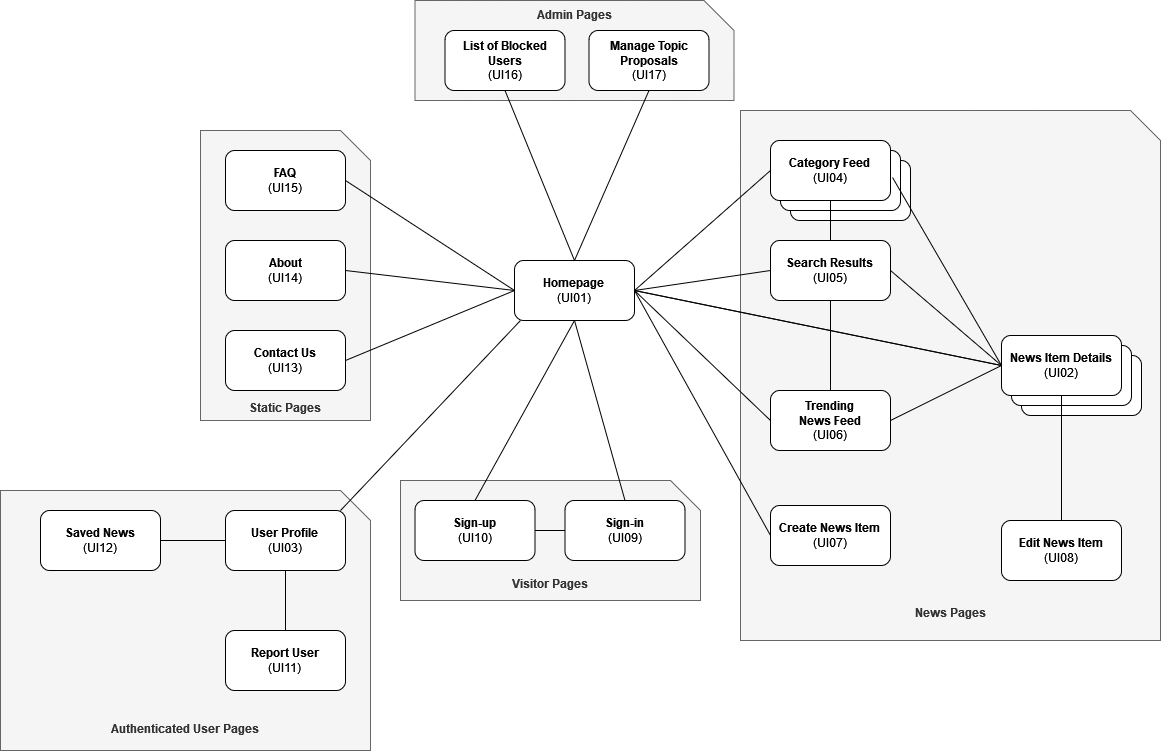
Before: docs/pictures/sitemap.png, a diagram exported from draw.io (RuiSoares333/FEUP-LBAW). Source tidied: cells renumbered, new cells last; positions are measured from the earlier drawing's top-left corner, leaving out a move shared by most shapes. The source it was exported from:
```xml
<mxGraphModel>
  <root>
    <mxCell id="0" />
    <mxCell id="1" parent="0" />
    <mxCell id="2" value="&lt;br&gt;&lt;br&gt;&lt;br&gt;&lt;br&gt;&lt;br&gt;&lt;br&gt;&lt;br&gt;&lt;br&gt;&lt;br&gt;&lt;br&gt;&lt;br&gt;&lt;br&gt;&lt;br&gt;&lt;br&gt;&lt;br&gt;&lt;br&gt;&lt;br&gt;&lt;br&gt;&lt;br&gt;&lt;br&gt;&lt;br&gt;&lt;br&gt;&lt;br&gt;&lt;br&gt;&lt;br&gt;&lt;br&gt;&lt;br&gt;&lt;div&gt;&lt;br&gt;&lt;/div&gt;&lt;div&gt;&lt;br&gt;&lt;/div&gt;&lt;div&gt;&lt;br&gt;&lt;/div&gt;&lt;br&gt;&lt;br&gt;&lt;br&gt;&lt;b&gt;News Pages&lt;/b&gt;" style="shape=card;whiteSpace=wrap;html=1;flipH=1;fillColor=#f5f5f5;fontColor=#333333;strokeColor=#666666;" parent="1" vertex="1">
      <mxGeometry x="740" y="110" width="420" height="530" as="geometry" />
    </mxCell>
    <mxCell id="3" value="&lt;div&gt;&lt;b&gt;Admin Pages&lt;/b&gt;&lt;/div&gt;&lt;div&gt;&lt;br&gt;&lt;/div&gt;&lt;div&gt;&lt;br&gt;&lt;/div&gt;&lt;div&gt;&lt;br&gt;&lt;/div&gt;&lt;div&gt;&lt;br&gt;&lt;/div&gt;&lt;div&gt;&lt;br&gt;&lt;/div&gt;" style="shape=card;whiteSpace=wrap;html=1;flipH=1;fillColor=#f5f5f5;fontColor=#333333;strokeColor=#666666;" parent="1" vertex="1">
      <mxGeometry x="414.5" width="319" height="100" as="geometry" />
    </mxCell>
    <mxCell id="4" style="rounded=0;jettySize=auto;html=1;exitX=0.5;exitY=0;exitDx=0;exitDy=0;entryX=0.5;entryY=1;entryDx=0;entryDy=0;endArrow=none;endFill=0;" parent="1" edge="1" source="5" target="32">
      <mxGeometry relative="1" as="geometry" />
    </mxCell>
    <mxCell id="5" value="&lt;b&gt;Homepage&lt;/b&gt;&lt;br&gt;(UI01)" style="rounded=1;whiteSpace=wrap;html=1;" parent="1" vertex="1">
      <mxGeometry x="514" y="260" width="120" height="60" as="geometry" />
    </mxCell>
    <mxCell id="6" value="&lt;br&gt;&lt;br&gt;&lt;br&gt;&lt;br&gt;&lt;br&gt;&lt;br&gt;&lt;b&gt;Visitor Pages&lt;/b&gt;" style="shape=card;whiteSpace=wrap;html=1;flipH=1;fillColor=#f5f5f5;fontColor=#333333;strokeColor=#666666;" parent="1" vertex="1">
      <mxGeometry x="400" y="480" width="300" height="120" as="geometry" />
    </mxCell>
    <mxCell id="7" value="&lt;b&gt;Sign-in&lt;/b&gt;&lt;br&gt;(UI09)" style="rounded=1;whiteSpace=wrap;html=1;" parent="1" vertex="1">
      <mxGeometry x="564.5" y="500" width="120" height="60" as="geometry" />
    </mxCell>
    <mxCell id="8" value="&lt;p style=&quot;line-height: 1.2;&quot;&gt;&lt;br&gt;&lt;/p&gt;&lt;p style=&quot;line-height: 1.2;&quot;&gt;&lt;br&gt;&lt;/p&gt;&lt;p style=&quot;line-height: 1.2;&quot;&gt;&lt;br&gt;&lt;br&gt;&lt;br&gt;&lt;br&gt;&lt;br&gt;&lt;br&gt;&lt;br&gt;&lt;br&gt;&lt;br&gt;&lt;br&gt;&lt;br&gt;&lt;b&gt;&lt;br&gt;&lt;/b&gt;&lt;/p&gt;&lt;p style=&quot;line-height: 1.2;&quot;&gt;&lt;b&gt;&lt;br&gt;&lt;/b&gt;&lt;/p&gt;&lt;p style=&quot;line-height: 1.2;&quot;&gt;&lt;b style=&quot;background-color: initial;&quot;&gt;Static Pages&lt;/b&gt;&lt;br&gt;&lt;/p&gt;" style="shape=card;whiteSpace=wrap;html=1;flipH=1;fillColor=#f5f5f5;fontColor=#333333;strokeColor=#666666;" parent="1" vertex="1">
      <mxGeometry x="200" y="130" width="170" height="290" as="geometry" />
    </mxCell>
    <mxCell id="9" style="edgeStyle=none;rounded=0;jettySize=auto;html=1;exitX=0;exitY=0.5;exitDx=0;exitDy=0;entryX=1;entryY=0.5;entryDx=0;entryDy=0;endArrow=none;endFill=0;" parent="1" edge="1" source="5" target="27">
      <mxGeometry relative="1" as="geometry" />
    </mxCell>
    <mxCell id="10" style="edgeStyle=none;rounded=0;jettySize=auto;html=1;exitX=0;exitY=0.5;exitDx=0;exitDy=0;entryX=1;entryY=0.5;entryDx=0;entryDy=0;endArrow=none;endFill=0;" parent="1" edge="1" source="5" target="23">
      <mxGeometry relative="1" as="geometry" />
    </mxCell>
    <mxCell id="11" style="edgeStyle=none;rounded=0;jettySize=auto;html=1;exitX=0;exitY=0.5;exitDx=0;exitDy=0;entryX=1;entryY=0.5;entryDx=0;entryDy=0;endArrow=none;endFill=0;sketch=0;comic=0;enumerate=0;" parent="1" edge="1" source="5" target="13">
      <mxGeometry relative="1" as="geometry" />
    </mxCell>
    <mxCell id="12" style="rounded=0;jettySize=auto;html=1;exitX=0.5;exitY=0;exitDx=0;exitDy=0;entryX=0.5;entryY=1;entryDx=0;entryDy=0;endArrow=none;endFill=0;" parent="1" edge="1" source="5" target="24">
      <mxGeometry relative="1" as="geometry" />
    </mxCell>
    <mxCell id="13" value="&lt;b&gt;FAQ&lt;/b&gt;&lt;br&gt;(UI15)" style="rounded=1;whiteSpace=wrap;html=1;" parent="1" vertex="1">
      <mxGeometry x="225" y="150" width="120" height="60" as="geometry" />
    </mxCell>
    <mxCell id="14" value="&lt;b&gt;Trending &lt;br&gt;News Feed&lt;/b&gt;&lt;br&gt;(UI06)" style="rounded=1;whiteSpace=wrap;html=1;" parent="1" vertex="1">
      <mxGeometry x="770" y="390" width="120" height="60" as="geometry" />
    </mxCell>
    <mxCell id="15" value="&lt;b&gt;Create News Item&lt;/b&gt;&lt;br&gt;(UI07)" style="rounded=1;whiteSpace=wrap;html=1;" parent="1" vertex="1">
      <mxGeometry x="770" y="505" width="120" height="60" as="geometry" />
    </mxCell>
    <mxCell id="16" style="endArrow=none;html=1;rounded=0;entryX=0;entryY=0.5;entryDx=0;entryDy=0;exitX=1;exitY=0.5;exitDx=0;exitDy=0;" parent="1" edge="1" source="5" target="31">
      <mxGeometry relative="1" as="geometry" />
    </mxCell>
    <mxCell id="17" style="endArrow=none;html=1;rounded=0;entryX=1;entryY=0.5;entryDx=0;entryDy=0;exitX=0;exitY=0.5;exitDx=0;exitDy=0;" parent="1" edge="1" source="14" target="5">
      <mxGeometry relative="1" as="geometry" />
    </mxCell>
    <mxCell id="18" value="&lt;div&gt;&lt;br&gt;&lt;/div&gt;&lt;div&gt;&lt;br&gt;&lt;/div&gt;&lt;div&gt;&lt;br&gt;&lt;/div&gt;&lt;div&gt;&lt;br&gt;&lt;/div&gt;&lt;div&gt;&lt;br&gt;&lt;/div&gt;&lt;div&gt;&lt;br&gt;&lt;/div&gt;&lt;div&gt;&lt;br&gt;&lt;/div&gt;&lt;div&gt;&lt;br&gt;&lt;/div&gt;&lt;div&gt;&lt;br&gt;&lt;/div&gt;&lt;div&gt;&lt;br&gt;&lt;/div&gt;&lt;div&gt;&lt;br&gt;&lt;/div&gt;&lt;div&gt;&lt;br&gt;&lt;/div&gt;&lt;div&gt;&lt;br&gt;&lt;/div&gt;&lt;div&gt;&lt;br&gt;&lt;/div&gt;&lt;div&gt;&lt;br&gt;&lt;/div&gt;&lt;div&gt;&lt;b&gt;Authenticated User Pages&lt;br&gt;&lt;/b&gt;&lt;/div&gt;" style="shape=card;whiteSpace=wrap;html=1;flipH=1;fillColor=#f5f5f5;fontColor=#333333;strokeColor=#666666;" parent="1" vertex="1">
      <mxGeometry y="490" width="370" height="260" as="geometry" />
    </mxCell>
    <mxCell id="19" style="endArrow=none;html=1;rounded=0;entryX=1;entryY=0.5;entryDx=0;entryDy=0;exitX=0;exitY=0.5;exitDx=0;exitDy=0;" parent="1" edge="1" source="22" target="5">
      <mxGeometry relative="1" as="geometry" />
    </mxCell>
    <mxCell id="20" style="rounded=1;whiteSpace=wrap;html=1;" parent="1" vertex="1">
      <mxGeometry x="790" y="160" width="120" height="60" as="geometry" />
    </mxCell>
    <mxCell id="21" style="rounded=1;whiteSpace=wrap;html=1;" parent="1" vertex="1">
      <mxGeometry x="780" y="150" width="120" height="60" as="geometry" />
    </mxCell>
    <mxCell id="22" value="&lt;b&gt;Category Feed&lt;br&gt;&lt;/b&gt;(UI04)" style="rounded=1;whiteSpace=wrap;html=1;" parent="1" vertex="1">
      <mxGeometry x="770" y="140" width="120" height="60" as="geometry" />
    </mxCell>
    <mxCell id="23" value="&lt;b&gt;Contact Us&lt;/b&gt;&lt;br&gt;(UI13)" style="rounded=1;whiteSpace=wrap;html=1;" parent="1" vertex="1">
      <mxGeometry x="225" y="330" width="120" height="60" as="geometry" />
    </mxCell>
    <mxCell id="24" value="&lt;b&gt;Manage Topic Proposals&lt;/b&gt;&lt;br&gt;&lt;div&gt;(UI17)&lt;/div&gt;" style="rounded=1;whiteSpace=wrap;html=1;" parent="1" vertex="1">
      <mxGeometry x="588.5" y="30" width="120" height="60" as="geometry" />
    </mxCell>
    <mxCell id="25" style="endArrow=none;html=1;rounded=0;exitX=1;exitY=0.5;exitDx=0;exitDy=0;entryX=0;entryY=0.5;entryDx=0;entryDy=0;comic=0;" parent="1" edge="1" source="5" target="31">
      <mxGeometry relative="1" as="geometry" />
    </mxCell>
    <mxCell id="26" style="endArrow=none;html=1;rounded=0;entryX=0;entryY=0.5;entryDx=0;entryDy=0;exitX=1;exitY=0.5;exitDx=0;exitDy=0;" parent="1" edge="1" source="5" target="15">
      <mxGeometry relative="1" as="geometry" />
    </mxCell>
    <mxCell id="27" value="&lt;div&gt;&lt;b&gt;About&lt;/b&gt;&lt;/div&gt;(UI14)" style="rounded=1;whiteSpace=wrap;html=1;" parent="1" vertex="1">
      <mxGeometry x="225" y="240" width="120" height="60" as="geometry" />
    </mxCell>
    <mxCell id="28" value="&lt;b&gt;User Profile&lt;/b&gt;&lt;br&gt;(UI03)" style="rounded=1;whiteSpace=wrap;html=1;" parent="1" vertex="1">
      <mxGeometry x="225" y="510" width="120" height="60" as="geometry" />
    </mxCell>
    <mxCell id="29" style="rounded=1;whiteSpace=wrap;html=1;" parent="1" vertex="1">
      <mxGeometry x="1021" y="355" width="120" height="60" as="geometry" />
    </mxCell>
    <mxCell id="30" style="rounded=1;whiteSpace=wrap;html=1;" parent="1" vertex="1">
      <mxGeometry x="1011" y="345" width="120" height="60" as="geometry" />
    </mxCell>
    <mxCell id="31" value="&lt;b&gt;News Item Details&lt;/b&gt;&lt;br&gt;(UI02)" style="rounded=1;whiteSpace=wrap;html=1;" parent="1" vertex="1">
      <mxGeometry x="1001" y="335" width="120" height="60" as="geometry" />
    </mxCell>
    <mxCell id="32" value="&lt;b&gt;List of Blocked Users&lt;/b&gt;&lt;br&gt;&lt;div&gt;(UI16)&lt;/div&gt;" style="rounded=1;whiteSpace=wrap;html=1;" parent="1" vertex="1">
      <mxGeometry x="444.5" y="30" width="120" height="60" as="geometry" />
    </mxCell>
    <mxCell id="33" value="&lt;b&gt;Search Results&lt;/b&gt;&lt;br&gt;(UI05)" style="rounded=1;whiteSpace=wrap;html=1;" parent="1" vertex="1">
      <mxGeometry x="770" y="240" width="120" height="60" as="geometry" />
    </mxCell>
    <mxCell id="34" style="endArrow=none;html=1;rounded=0;entryX=0;entryY=0.5;entryDx=0;entryDy=0;exitX=1.017;exitY=0.617;exitDx=0;exitDy=0;exitPerimeter=0;" parent="1" edge="1" source="22" target="31">
      <mxGeometry relative="1" as="geometry" />
    </mxCell>
    <mxCell id="35" style="endArrow=none;html=1;rounded=0;entryX=1;entryY=0.5;entryDx=0;entryDy=0;exitX=0;exitY=0.5;exitDx=0;exitDy=0;" parent="1" edge="1" source="31" target="14">
      <mxGeometry relative="1" as="geometry" />
    </mxCell>
    <mxCell id="36" style="endArrow=none;html=1;rounded=0;entryX=0.5;entryY=1;entryDx=0;entryDy=0;exitX=0.5;exitY=0;exitDx=0;exitDy=0;" parent="1" edge="1" source="14" target="33">
      <mxGeometry relative="1" as="geometry" />
    </mxCell>
    <mxCell id="37" style="endArrow=none;html=1;rounded=0;entryX=0.5;entryY=1;entryDx=0;entryDy=0;exitX=0.5;exitY=0;exitDx=0;exitDy=0;" parent="1" edge="1" source="33" target="22">
      <mxGeometry relative="1" as="geometry" />
    </mxCell>
    <mxCell id="38" style="endArrow=none;html=1;rounded=0;entryX=0;entryY=0.5;entryDx=0;entryDy=0;exitX=1;exitY=0.5;exitDx=0;exitDy=0;" parent="1" edge="1" source="5" target="33">
      <mxGeometry relative="1" as="geometry" />
    </mxCell>
    <mxCell id="39" style="endArrow=none;html=1;rounded=0;entryX=1;entryY=0.5;entryDx=0;entryDy=0;exitX=0;exitY=0.5;exitDx=0;exitDy=0;" parent="1" edge="1" source="31" target="33">
      <mxGeometry relative="1" as="geometry" />
    </mxCell>
    <mxCell id="40" value="&lt;b&gt;Edit News Item&lt;/b&gt;&lt;br&gt;(UI08)" style="rounded=1;whiteSpace=wrap;html=1;" parent="1" vertex="1">
      <mxGeometry x="1001" y="520" width="120" height="60" as="geometry" />
    </mxCell>
    <mxCell id="41" style="endArrow=none;html=1;rounded=0;entryX=0.5;entryY=1;entryDx=0;entryDy=0;exitX=0.5;exitY=0;exitDx=0;exitDy=0;" parent="1" edge="1" source="40" target="31">
      <mxGeometry relative="1" as="geometry" />
    </mxCell>
    <mxCell id="42" value="&lt;b&gt;Report User&lt;/b&gt;&lt;br&gt;(UI11)" style="rounded=1;whiteSpace=wrap;html=1;" parent="1" vertex="1">
      <mxGeometry x="225" y="630" width="120" height="60" as="geometry" />
    </mxCell>
    <mxCell id="43" style="edgeStyle=none;rounded=0;orthogonalLoop=1;jettySize=auto;html=1;endArrow=none;endFill=0;" parent="1" edge="1">
      <mxGeometry relative="1" as="geometry">
        <mxPoint x="520" y="320" as="sourcePoint" />
        <mxPoint x="340" y="510" as="targetPoint" />
      </mxGeometry>
    </mxCell>
    <mxCell id="44" style="rounded=0;jettySize=auto;html=1;exitX=0.5;exitY=1;exitDx=0;exitDy=0;entryX=0.5;entryY=0;entryDx=0;entryDy=0;endArrow=none;endFill=0;" parent="1" edge="1" source="5" target="47">
      <mxGeometry relative="1" as="geometry" />
    </mxCell>
    <mxCell id="45" style="edgeStyle=none;rounded=0;jettySize=auto;html=1;exitX=0.5;exitY=1;exitDx=0;exitDy=0;entryX=0.5;entryY=0;entryDx=0;entryDy=0;endArrow=none;endFill=0;" parent="1" edge="1" source="5" target="7">
      <mxGeometry relative="1" as="geometry" />
    </mxCell>
    <mxCell id="46" style="rounded=0;jettySize=auto;html=1;exitX=1;exitY=0.5;exitDx=0;exitDy=0;entryX=0;entryY=0.5;entryDx=0;entryDy=0;endArrow=none;endFill=0;" parent="1" edge="1" source="47" target="7">
      <mxGeometry relative="1" as="geometry" />
    </mxCell>
    <mxCell id="47" value="&lt;b&gt;Sign-up&lt;/b&gt;&lt;br&gt;(UI10)" style="rounded=1;whiteSpace=wrap;html=1;" parent="1" vertex="1">
      <mxGeometry x="414.5" y="500" width="120" height="60" as="geometry" />
    </mxCell>
    <mxCell id="48" style="edgeStyle=none;rounded=0;jettySize=auto;html=1;exitX=0.5;exitY=1;exitDx=0;exitDy=0;endArrow=none;endFill=0;" parent="1" edge="1" source="28">
      <mxGeometry relative="1" as="geometry">
        <mxPoint x="285" y="630" as="targetPoint" />
      </mxGeometry>
    </mxCell>
    <mxCell id="49" value="&lt;b&gt;Saved News&lt;/b&gt;&lt;br&gt;(UI12)" style="rounded=1;whiteSpace=wrap;html=1;" parent="1" vertex="1">
      <mxGeometry x="40" y="510" width="120" height="60" as="geometry" />
    </mxCell>
    <mxCell id="50" style="endArrow=none;html=1;rounded=0;exitX=1;exitY=0.5;exitDx=0;exitDy=0;entryX=0;entryY=0.5;entryDx=0;entryDy=0;" parent="1" edge="1" source="49" target="28">
      <mxGeometry relative="1" as="geometry" />
    </mxCell>
  </root>
</mxGraphModel>
```
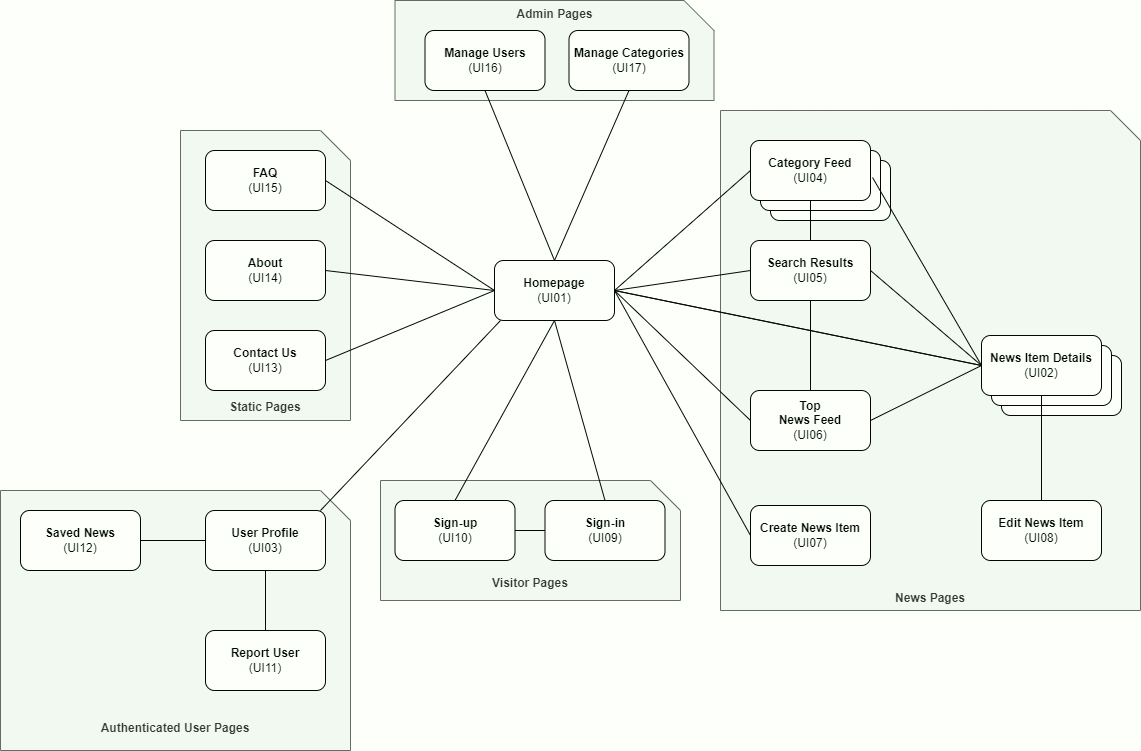
Later version of the same file.

Diff of the diagram source:
```diff
@@ -3,7 +3,7 @@
     <mxCell id="0" />
     <mxCell id="1" parent="0" />
     <mxCell id="2" value="&lt;br&gt;&lt;br&gt;&lt;br&gt;&lt;br&gt;&lt;br&gt;&lt;br&gt;&lt;br&gt;&lt;br&gt;&lt;br&gt;&lt;br&gt;&lt;br&gt;&lt;br&gt;&lt;br&gt;&lt;br&gt;&lt;br&gt;&lt;br&gt;&lt;br&gt;&lt;br&gt;&lt;br&gt;&lt;br&gt;&lt;br&gt;&lt;br&gt;&lt;br&gt;&lt;br&gt;&lt;br&gt;&lt;br&gt;&lt;br&gt;&lt;div&gt;&lt;br&gt;&lt;/div&gt;&lt;div&gt;&lt;br&gt;&lt;/div&gt;&lt;div&gt;&lt;br&gt;&lt;/div&gt;&lt;br&gt;&lt;br&gt;&lt;br&gt;&lt;b&gt;News Pages&lt;/b&gt;" style="shape=card;whiteSpace=wrap;html=1;flipH=1;fillColor=#f5f5f5;fontColor=#333333;strokeColor=#666666;" parent="1" vertex="1">
-      <mxGeometry x="740" y="110" width="420" height="530" as="geometry" />
+      <mxGeometry x="740" y="110" width="420" height="500" as="geometry" />
     </mxCell>
     <mxCell id="3" value="&lt;div&gt;&lt;b&gt;Admin Pages&lt;/b&gt;&lt;/div&gt;&lt;div&gt;&lt;br&gt;&lt;/div&gt;&lt;div&gt;&lt;br&gt;&lt;/div&gt;&lt;div&gt;&lt;br&gt;&lt;/div&gt;&lt;div&gt;&lt;br&gt;&lt;/div&gt;&lt;div&gt;&lt;br&gt;&lt;/div&gt;" style="shape=card;whiteSpace=wrap;html=1;flipH=1;fillColor=#f5f5f5;fontColor=#333333;strokeColor=#666666;" parent="1" vertex="1">
       <mxGeometry x="414.5" width="319" height="100" as="geometry" />
@@ -38,7 +38,7 @@
     <mxCell id="13" value="&lt;b&gt;FAQ&lt;/b&gt;&lt;br&gt;(UI15)" style="rounded=1;whiteSpace=wrap;html=1;" parent="1" vertex="1">
       <mxGeometry x="225" y="150" width="120" height="60" as="geometry" />
     </mxCell>
-    <mxCell id="14" value="&lt;b&gt;Trending &lt;br&gt;News Feed&lt;/b&gt;&lt;br&gt;(UI06)" style="rounded=1;whiteSpace=wrap;html=1;" parent="1" vertex="1">
+    <mxCell id="14" value="&lt;b&gt;Top&lt;br&gt;News Feed&lt;/b&gt;&lt;br&gt;(UI06)" style="rounded=1;whiteSpace=wrap;html=1;" parent="1" vertex="1">
       <mxGeometry x="770" y="390" width="120" height="60" as="geometry" />
     </mxCell>
     <mxCell id="15" value="&lt;b&gt;Create News Item&lt;/b&gt;&lt;br&gt;(UI07)" style="rounded=1;whiteSpace=wrap;html=1;" parent="1" vertex="1">
@@ -51,7 +51,7 @@
       <mxGeometry relative="1" as="geometry" />
     </mxCell>
     <mxCell id="18" value="&lt;div&gt;&lt;br&gt;&lt;/div&gt;&lt;div&gt;&lt;br&gt;&lt;/div&gt;&lt;div&gt;&lt;br&gt;&lt;/div&gt;&lt;div&gt;&lt;br&gt;&lt;/div&gt;&lt;div&gt;&lt;br&gt;&lt;/div&gt;&lt;div&gt;&lt;br&gt;&lt;/div&gt;&lt;div&gt;&lt;br&gt;&lt;/div&gt;&lt;div&gt;&lt;br&gt;&lt;/div&gt;&lt;div&gt;&lt;br&gt;&lt;/div&gt;&lt;div&gt;&lt;br&gt;&lt;/div&gt;&lt;div&gt;&lt;br&gt;&lt;/div&gt;&lt;div&gt;&lt;br&gt;&lt;/div&gt;&lt;div&gt;&lt;br&gt;&lt;/div&gt;&lt;div&gt;&lt;br&gt;&lt;/div&gt;&lt;div&gt;&lt;br&gt;&lt;/div&gt;&lt;div&gt;&lt;b&gt;Authenticated User Pages&lt;br&gt;&lt;/b&gt;&lt;/div&gt;" style="shape=card;whiteSpace=wrap;html=1;flipH=1;fillColor=#f5f5f5;fontColor=#333333;strokeColor=#666666;" parent="1" vertex="1">
-      <mxGeometry y="490" width="370" height="260" as="geometry" />
+      <mxGeometry x="20" y="490" width="350" height="260" as="geometry" />
     </mxCell>
     <mxCell id="19" style="endArrow=none;html=1;rounded=0;entryX=1;entryY=0.5;entryDx=0;entryDy=0;exitX=0;exitY=0.5;exitDx=0;exitDy=0;" parent="1" edge="1" source="22" target="5">
       <mxGeometry relative="1" as="geometry" />
@@ -68,7 +68,7 @@
     <mxCell id="23" value="&lt;b&gt;Contact Us&lt;/b&gt;&lt;br&gt;(UI13)" style="rounded=1;whiteSpace=wrap;html=1;" parent="1" vertex="1">
       <mxGeometry x="225" y="330" width="120" height="60" as="geometry" />
     </mxCell>
-    <mxCell id="24" value="&lt;b&gt;Manage Topic Proposals&lt;/b&gt;&lt;br&gt;&lt;div&gt;(UI17)&lt;/div&gt;" style="rounded=1;whiteSpace=wrap;html=1;" parent="1" vertex="1">
+    <mxCell id="24" value="&lt;b&gt;Manage Categories&lt;/b&gt;&lt;br&gt;&lt;div&gt;(UI17)&lt;/div&gt;" style="rounded=1;whiteSpace=wrap;html=1;" parent="1" vertex="1">
       <mxGeometry x="588.5" y="30" width="120" height="60" as="geometry" />
     </mxCell>
     <mxCell id="25" style="endArrow=none;html=1;rounded=0;exitX=1;exitY=0.5;exitDx=0;exitDy=0;entryX=0;entryY=0.5;entryDx=0;entryDy=0;comic=0;" parent="1" edge="1" source="5" target="31">
@@ -92,7 +92,7 @@
     <mxCell id="31" value="&lt;b&gt;News Item Details&lt;/b&gt;&lt;br&gt;(UI02)" style="rounded=1;whiteSpace=wrap;html=1;" parent="1" vertex="1">
       <mxGeometry x="1001" y="335" width="120" height="60" as="geometry" />
     </mxCell>
-    <mxCell id="32" value="&lt;b&gt;List of Blocked Users&lt;/b&gt;&lt;br&gt;&lt;div&gt;(UI16)&lt;/div&gt;" style="rounded=1;whiteSpace=wrap;html=1;" parent="1" vertex="1">
+    <mxCell id="32" value="&lt;b&gt;Manage Users&lt;/b&gt;&lt;br&gt;&lt;div&gt;(UI16)&lt;/div&gt;" style="rounded=1;whiteSpace=wrap;html=1;" parent="1" vertex="1">
       <mxGeometry x="444.5" y="30" width="120" height="60" as="geometry" />
     </mxCell>
     <mxCell id="33" value="&lt;b&gt;Search Results&lt;/b&gt;&lt;br&gt;(UI05)" style="rounded=1;whiteSpace=wrap;html=1;" parent="1" vertex="1">
@@ -117,7 +117,7 @@
       <mxGeometry relative="1" as="geometry" />
     </mxCell>
     <mxCell id="40" value="&lt;b&gt;Edit News Item&lt;/b&gt;&lt;br&gt;(UI08)" style="rounded=1;whiteSpace=wrap;html=1;" parent="1" vertex="1">
-      <mxGeometry x="1001" y="520" width="120" height="60" as="geometry" />
+      <mxGeometry x="1001" y="500" width="120" height="60" as="geometry" />
     </mxCell>
     <mxCell id="41" style="endArrow=none;html=1;rounded=0;entryX=0.5;entryY=1;entryDx=0;entryDy=0;exitX=0.5;exitY=0;exitDx=0;exitDy=0;" parent="1" edge="1" source="40" target="31">
       <mxGeometry relative="1" as="geometry" />
```
